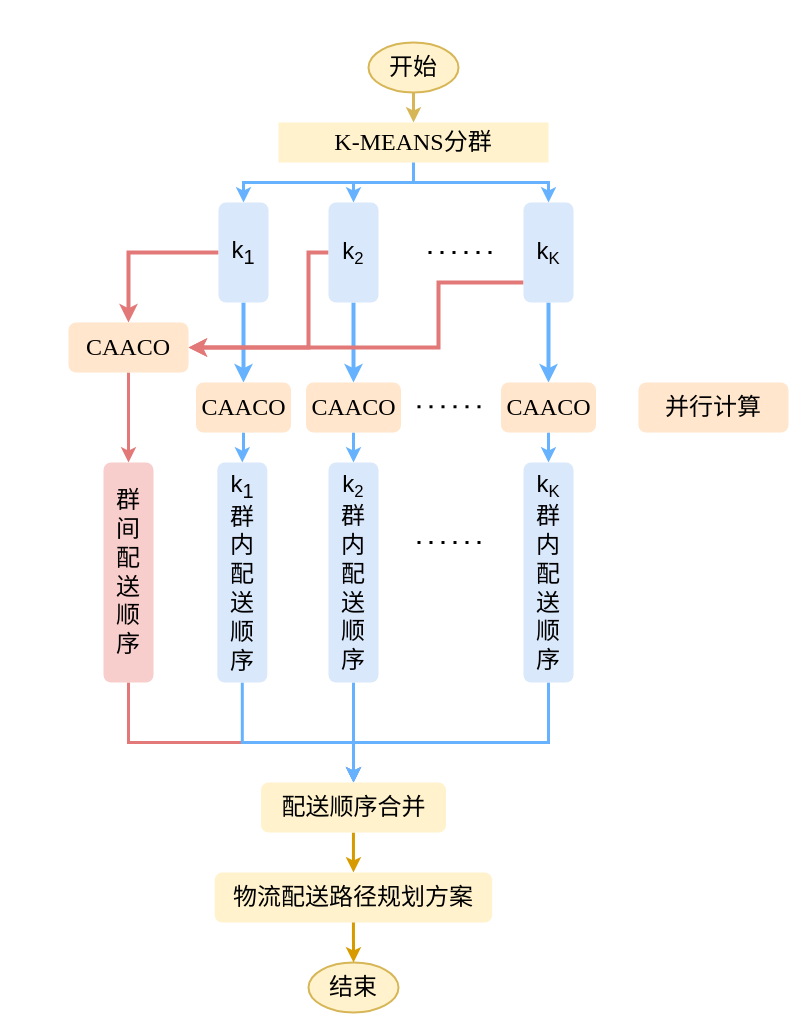
The draw.io diagram 分群CAACO.drawio in AAYESLY/bishe-github, before the edit. Source tidied: cells renumbered, new cells numbered last; positions are measured from the earlier drawing's top-left corner, leaving out a move shared by most shapes. Both pictures are drawn from the tidied source at 100%, with x=0, y=0 at pixel (68, 42).
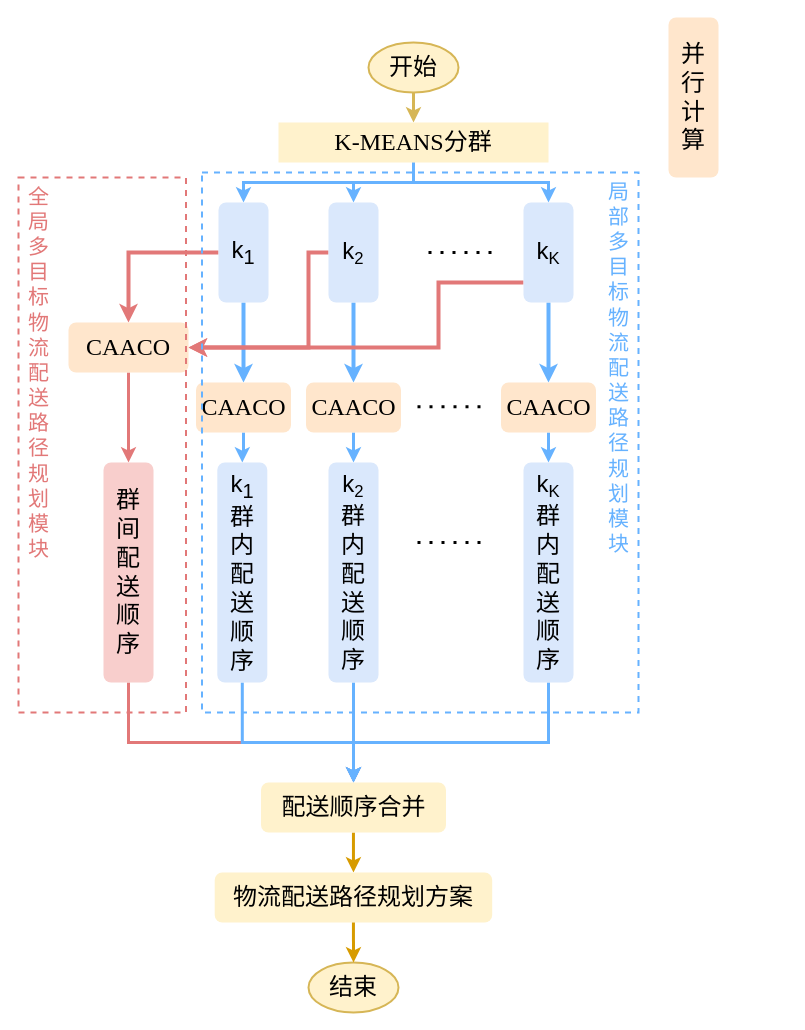
Above is the later version.

What changed in the source:
```diff
@@
-    <mxCell id="36" value="&lt;span style=&quot;font-size: 18pt;&quot;&gt;&lt;font face=&quot;宋体&quot;&gt;并行计算&lt;/font&gt;&lt;/span&gt;" style="rounded=1;whiteSpace=wrap;html=1;fillColor=#ffe6cc;fontFamily=宋体;fontSize=24;strokeColor=none;" parent="1" vertex="1">
-      <mxGeometry x="570" y="340" width="150" height="50" as="geometry" />
+    <mxCell id="36" value="&lt;span style=&quot;font-size: 18pt;&quot;&gt;&lt;font face=&quot;宋体&quot;&gt;并&lt;/font&gt;&lt;/span&gt;&lt;div&gt;&lt;span style=&quot;font-size: 18pt;&quot;&gt;&lt;font face=&quot;宋体&quot;&gt;行&lt;/font&gt;&lt;/span&gt;&lt;/div&gt;&lt;div&gt;&lt;span style=&quot;font-size: 18pt;&quot;&gt;&lt;font face=&quot;宋体&quot;&gt;计&lt;/font&gt;&lt;/span&gt;&lt;/div&gt;&lt;div&gt;&lt;span style=&quot;font-size: 18pt;&quot;&gt;&lt;font face=&quot;宋体&quot;&gt;算&lt;/font&gt;&lt;/span&gt;&lt;/div&gt;" style="rounded=1;whiteSpace=wrap;html=1;fillColor=#ffe6cc;fontFamily=宋体;fontSize=24;strokeColor=none;" parent="1" vertex="1">
+      <mxGeometry x="600" y="-25" width="50" height="160" as="geometry" />
     </mxCell>
@@
+    <mxCell id="42" style="rounded=0;whiteSpace=wrap;html=1;fillColor=none;dashed=1;strokeColor=#66B2FF;strokeWidth=2;" parent="1" vertex="1">
+      <mxGeometry x="133.5" y="130" width="436.5" height="540" as="geometry" />
+    </mxCell>
+    <mxCell id="43" style="rounded=0;whiteSpace=wrap;html=1;fillColor=none;dashed=1;strokeColor=#E27878;strokeWidth=2;" parent="1" vertex="1">
+      <mxGeometry x="-50" y="135" width="167.5" height="535" as="geometry" />
+    </mxCell>
+    <mxCell id="44" value="&lt;font face=&quot;宋体&quot; color=&quot;#66b2ff&quot; style=&quot;font-size: 21px;&quot;&gt;局&lt;/font&gt;&lt;div&gt;&lt;font face=&quot;宋体&quot; color=&quot;#66b2ff&quot; style=&quot;font-size: 21px;&quot;&gt;部&lt;/font&gt;&lt;/div&gt;&lt;div&gt;&lt;font face=&quot;宋体&quot; color=&quot;#66b2ff&quot; style=&quot;font-size: 21px;&quot;&gt;多&lt;/font&gt;&lt;/div&gt;&lt;div&gt;&lt;font face=&quot;宋体&quot; color=&quot;#66b2ff&quot; style=&quot;font-size: 21px;&quot;&gt;目&lt;/font&gt;&lt;/div&gt;&lt;div&gt;&lt;font face=&quot;宋体&quot; color=&quot;#66b2ff&quot; style=&quot;font-size: 21px;&quot;&gt;标&lt;/font&gt;&lt;/div&gt;&lt;div&gt;&lt;div&gt;&lt;font color=&quot;#66b2ff&quot; style=&quot;font-size: 21px;&quot; face=&quot;宋体&quot;&gt;物&lt;/font&gt;&lt;/div&gt;&lt;div&gt;&lt;font color=&quot;#66b2ff&quot; style=&quot;font-size: 21px;&quot; face=&quot;宋体&quot;&gt;流&lt;/font&gt;&lt;/div&gt;&lt;div&gt;&lt;font color=&quot;#66b2ff&quot; style=&quot;font-size: 21px;&quot; face=&quot;宋体&quot;&gt;配&lt;/font&gt;&lt;/div&gt;&lt;div&gt;&lt;font color=&quot;#66b2ff&quot; style=&quot;font-size: 21px;&quot; face=&quot;宋体&quot;&gt;送&lt;/font&gt;&lt;/div&gt;&lt;div&gt;&lt;font color=&quot;#66b2ff&quot; style=&quot;font-size: 21px;&quot; face=&quot;宋体&quot;&gt;路&lt;/font&gt;&lt;/div&gt;&lt;div&gt;&lt;font color=&quot;#66b2ff&quot; style=&quot;font-size: 21px;&quot; face=&quot;宋体&quot;&gt;径&lt;/font&gt;&lt;/div&gt;&lt;div&gt;&lt;font color=&quot;#66b2ff&quot; style=&quot;font-size: 21px;&quot; face=&quot;宋体&quot;&gt;规&lt;/font&gt;&lt;/div&gt;&lt;div&gt;&lt;font color=&quot;#66b2ff&quot; face=&quot;宋体&quot;&gt;&lt;span style=&quot;background-color: initial; font-size: 21px;&quot;&gt;划&lt;/span&gt;&lt;br&gt;&lt;/font&gt;&lt;/div&gt;&lt;div&gt;&lt;font color=&quot;#66b2ff&quot; style=&quot;font-size: 21px;&quot; face=&quot;宋体&quot;&gt;模&lt;/font&gt;&lt;/div&gt;&lt;div&gt;&lt;font color=&quot;#66b2ff&quot; style=&quot;font-size: 21px;&quot; face=&quot;宋体&quot;&gt;块&lt;/font&gt;&lt;/div&gt;&lt;/div&gt;" style="text;html=1;align=center;verticalAlign=middle;strokeColor=none;fillColor=none;" parent="1" vertex="1">
+      <mxGeometry x="530" y="130" width="40" height="390" as="geometry" />
+    </mxCell>
+    <mxCell id="45" value="&lt;span style=&quot;background-color: initial; font-size: 21px;&quot;&gt;&lt;font face=&quot;宋体&quot; style=&quot;&quot; color=&quot;#e27878&quot;&gt;全&lt;/font&gt;&lt;/span&gt;&lt;div&gt;&lt;span style=&quot;background-color: initial; font-size: 21px;&quot;&gt;&lt;font face=&quot;宋体&quot; color=&quot;#e27878&quot;&gt;局&lt;/font&gt;&lt;/span&gt;&lt;/div&gt;&lt;div&gt;&lt;span style=&quot;background-color: initial; font-size: 21px;&quot;&gt;&lt;font face=&quot;宋体&quot; color=&quot;#e27878&quot;&gt;多&lt;/font&gt;&lt;/span&gt;&lt;div&gt;&lt;font face=&quot;宋体&quot; color=&quot;#e27878&quot; style=&quot;font-size: 21px;&quot;&gt;目&lt;/font&gt;&lt;/div&gt;&lt;div&gt;&lt;font face=&quot;宋体&quot; color=&quot;#e27878&quot; style=&quot;font-size: 21px;&quot;&gt;标&lt;/font&gt;&lt;/div&gt;&lt;div&gt;&lt;font face=&quot;宋体&quot; color=&quot;#e27878&quot; style=&quot;font-size: 21px;&quot;&gt;物&lt;/font&gt;&lt;/div&gt;&lt;div&gt;&lt;font face=&quot;宋体&quot; color=&quot;#e27878&quot; style=&quot;font-size: 21px;&quot;&gt;流&lt;/font&gt;&lt;/div&gt;&lt;div&gt;&lt;font face=&quot;宋体&quot; color=&quot;#e27878&quot; style=&quot;font-size: 21px;&quot;&gt;配&lt;/font&gt;&lt;/div&gt;&lt;div&gt;&lt;font face=&quot;宋体&quot; color=&quot;#e27878&quot; style=&quot;font-size: 21px;&quot;&gt;送&lt;/font&gt;&lt;/div&gt;&lt;div&gt;&lt;font face=&quot;宋体&quot; color=&quot;#e27878&quot; style=&quot;font-size: 21px;&quot;&gt;路&lt;/font&gt;&lt;/div&gt;&lt;div&gt;&lt;font face=&quot;宋体&quot; color=&quot;#e27878&quot; style=&quot;font-size: 21px;&quot;&gt;径&lt;/font&gt;&lt;/div&gt;&lt;div&gt;&lt;font face=&quot;宋体&quot; color=&quot;#e27878&quot; style=&quot;font-size: 21px;&quot;&gt;规&lt;/font&gt;&lt;/div&gt;&lt;div&gt;&lt;font face=&quot;宋体&quot; color=&quot;#e27878&quot;&gt;&lt;span style=&quot;background-color: initial; font-size: 21px;&quot;&gt;划&lt;/span&gt;&lt;br&gt;&lt;/font&gt;&lt;/div&gt;&lt;div&gt;&lt;font face=&quot;宋体&quot; color=&quot;#e27878&quot; style=&quot;font-size: 21px;&quot;&gt;模&lt;/font&gt;&lt;/div&gt;&lt;div&gt;&lt;font face=&quot;宋体&quot; color=&quot;#e27878&quot; style=&quot;font-size: 21px;&quot;&gt;块&lt;/font&gt;&lt;/div&gt;&lt;/div&gt;" style="text;html=1;align=center;verticalAlign=middle;strokeColor=none;fillColor=none;" parent="1" vertex="1">
+      <mxGeometry x="-50" y="135" width="40" height="390" as="geometry" />
+    </mxCell>
```
